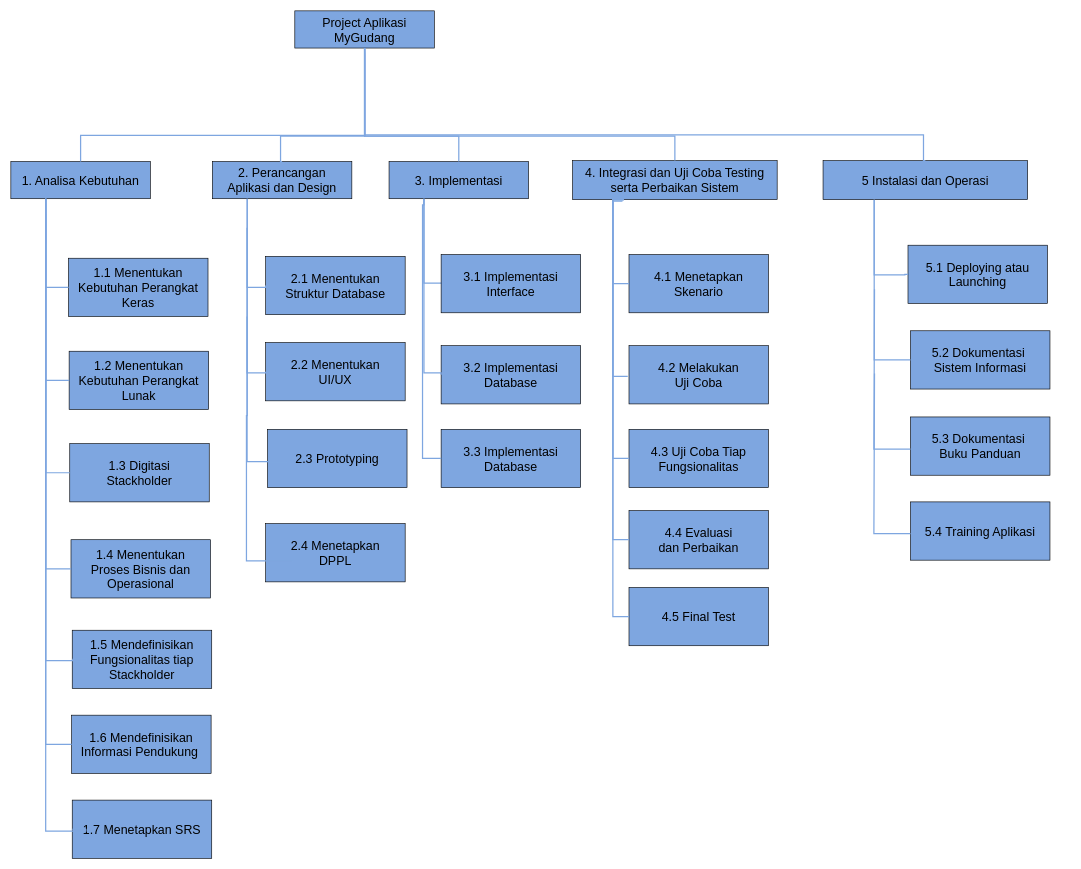
The draw.io diagram WBS.drawio in Kantrawibawa10/Draw-I-O, before the edit. Source tidied: cells renumbered, new cells numbered last; positions are measured from the earlier drawing's top-left corner, leaving out a move shared by most shapes. Both pictures are drawn from the tidied source at 62%, with x=0, y=0 at pixel (11, 11).
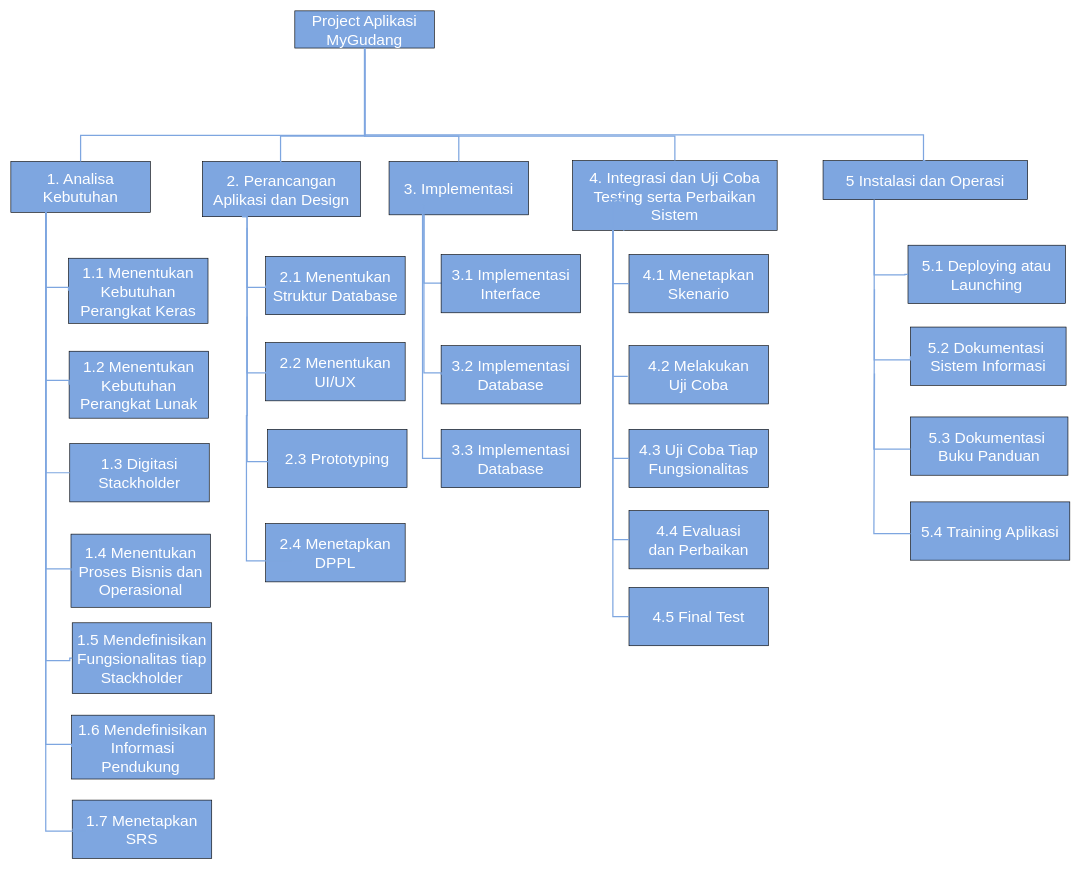
After the change.

What changed in the source:
```diff
@@
-    <mxCell id="2" value="&lt;font style=&quot;font-size: 20px;&quot;&gt;Project Aplikasi MyGudang&lt;/font&gt;" style="rounded=0;whiteSpace=wrap;html=1;fontSize=16;fillColor=#7EA6E0;" parent="1" vertex="1">
+    <mxCell id="2" value="&lt;font color=&quot;#ffffff&quot; style=&quot;font-size: 25px;&quot;&gt;Project Aplikasi MyGudang&lt;/font&gt;" style="rounded=0;whiteSpace=wrap;html=1;fontSize=16;fillColor=#7EA6E0;" parent="1" vertex="1">
       <mxGeometry x="458" width="225" height="60" as="geometry" />
     </mxCell>
-    <mxCell id="3" value="&lt;span style=&quot;font-size: 20px;&quot;&gt;1. Analisa Kebutuhan&lt;/span&gt;" style="rounded=0;whiteSpace=wrap;html=1;fontSize=16;fillColor=#7EA6E0;" parent="1" vertex="1">
-      <mxGeometry y="243" width="225" height="60" as="geometry" />
+    <mxCell id="3" value="&lt;font style=&quot;font-size: 25px;&quot; color=&quot;#ffffff&quot;&gt;1. Analisa Kebutuhan&lt;/font&gt;" style="rounded=0;whiteSpace=wrap;html=1;fontSize=16;fillColor=#7EA6E0;" parent="1" vertex="1">
+      <mxGeometry y="243" width="225" height="82" as="geometry" />
     </mxCell>
-    <mxCell id="4" value="&lt;span style=&quot;font-size: 20px;&quot;&gt;2. Perancangan &lt;br&gt;Aplikasi dan Design&lt;/span&gt;" style="rounded=0;whiteSpace=wrap;html=1;fontSize=16;fillColor=#7EA6E0;" parent="1" vertex="1">
-      <mxGeometry x="325" y="243" width="225" height="60" as="geometry" />
+    <mxCell id="4" value="&lt;span style=&quot;font-size: 25px;&quot;&gt;&lt;font style=&quot;font-size: 25px;&quot; color=&quot;#ffffff&quot;&gt;2. Perancangan &lt;br&gt;Aplikasi dan Design&lt;/font&gt;&lt;/span&gt;" style="rounded=0;whiteSpace=wrap;html=1;fontSize=16;fillColor=#7EA6E0;" parent="1" vertex="1">
+      <mxGeometry x="309" y="243" width="255" height="89" as="geometry" />
     </mxCell>
-    <mxCell id="5" value="&lt;span style=&quot;font-size: 20px;&quot;&gt;3. Implementasi&lt;/span&gt;" style="rounded=0;whiteSpace=wrap;html=1;fontSize=16;fillColor=#7EA6E0;" parent="1" vertex="1">
-      <mxGeometry x="610" y="243" width="225" height="60" as="geometry" />
+    <mxCell id="5" value="&lt;font style=&quot;font-size: 25px;&quot; color=&quot;#ffffff&quot;&gt;3. Implementasi&lt;/font&gt;" style="rounded=0;whiteSpace=wrap;html=1;fontSize=16;fillColor=#7EA6E0;" parent="1" vertex="1">
+      <mxGeometry x="610" y="243" width="225" height="86" as="geometry" />
     </mxCell>
-    <mxCell id="6" value="&lt;span style=&quot;font-size: 20px;&quot;&gt;4. Integrasi dan Uji Coba Testing serta Perbaikan Sistem&lt;/span&gt;" style="rounded=0;whiteSpace=wrap;html=1;fontSize=16;fillColor=#7EA6E0;" parent="1" vertex="1">
-      <mxGeometry x="906" y="241.5" width="330" height="63" as="geometry" />
+    <mxCell id="6" value="&lt;font style=&quot;font-size: 25px;&quot; color=&quot;#ffffff&quot;&gt;4. Integrasi dan Uji Coba Testing serta Perbaikan Sistem&lt;/font&gt;" style="rounded=0;whiteSpace=wrap;html=1;fontSize=16;fillColor=#7EA6E0;" parent="1" vertex="1">
+      <mxGeometry x="906" y="241.5" width="330" height="112.5" as="geometry" />
     </mxCell>
@@
-    <mxCell id="11" value="&lt;span style=&quot;font-size: 20px;&quot;&gt;1.1 Menentukan Kebutuhan Perangkat Keras&lt;/span&gt;" style="rounded=0;whiteSpace=wrap;html=1;fontSize=16;fillColor=#7EA6E0;" parent="1" vertex="1">
-      <mxGeometry x="93" y="399" width="225" height="94" as="geometry" />
+    <mxCell id="11" value="&lt;font style=&quot;font-size: 25px;&quot; color=&quot;#ffffff&quot;&gt;1.1 Menentukan Kebutuhan Perangkat Keras&lt;/font&gt;" style="rounded=0;whiteSpace=wrap;html=1;fontSize=16;fillColor=#7EA6E0;" parent="1" vertex="1">
+      <mxGeometry x="93" y="399" width="225" height="105" as="geometry" />
     </mxCell>
-    <mxCell id="12" value="&lt;span style=&quot;font-size: 20px;&quot;&gt;1.2 Menentukan Kebutuhan Perangkat Lunak&lt;/span&gt;" style="rounded=0;whiteSpace=wrap;html=1;fontSize=16;fillColor=#7EA6E0;" parent="1" vertex="1">
-      <mxGeometry x="94" y="549" width="225" height="94" as="geometry" />
+    <mxCell id="12" value="&lt;font style=&quot;font-size: 25px;&quot; color=&quot;#ffffff&quot;&gt;1.2 Menentukan Kebutuhan Perangkat Lunak&lt;/font&gt;" style="rounded=0;whiteSpace=wrap;html=1;fontSize=16;fillColor=#7EA6E0;" parent="1" vertex="1">
+      <mxGeometry x="94" y="549" width="225" height="108" as="geometry" />
     </mxCell>
-    <mxCell id="13" value="&lt;span style=&quot;font-size: 20px;&quot;&gt;1.3 Digitasi &lt;br&gt;Stackholder&lt;/span&gt;" style="rounded=0;whiteSpace=wrap;html=1;fontSize=16;fillColor=#7EA6E0;" parent="1" vertex="1">
+    <mxCell id="13" value="&lt;span style=&quot;font-size: 25px;&quot;&gt;&lt;font style=&quot;font-size: 25px;&quot; color=&quot;#ffffff&quot;&gt;1.3 Digitasi &lt;br&gt;Stackholder&lt;/font&gt;&lt;/span&gt;" style="rounded=0;whiteSpace=wrap;html=1;fontSize=16;fillColor=#7EA6E0;" parent="1" vertex="1">
       <mxGeometry x="95" y="698" width="225" height="94" as="geometry" />
     </mxCell>
-    <mxCell id="14" value="&lt;span style=&quot;font-size: 20px;&quot;&gt;1.4 Menentukan &lt;br&gt;Proses Bisnis dan Operasional&lt;/span&gt;" style="rounded=0;whiteSpace=wrap;html=1;fontSize=16;fillColor=#7EA6E0;" parent="1" vertex="1">
-      <mxGeometry x="97" y="853" width="225" height="94" as="geometry" />
+    <mxCell id="14" value="&lt;span style=&quot;font-size: 25px;&quot;&gt;&lt;font style=&quot;font-size: 25px;&quot; color=&quot;#ffffff&quot;&gt;1.4 Menentukan &lt;br&gt;Proses Bisnis dan Operasional&lt;/font&gt;&lt;/span&gt;" style="rounded=0;whiteSpace=wrap;html=1;fontSize=16;fillColor=#7EA6E0;" parent="1" vertex="1">
+      <mxGeometry x="97" y="844" width="225" height="118" as="geometry" />
     </mxCell>
@@
-    <mxCell id="18" value="&lt;span style=&quot;font-size: 20px;&quot;&gt;1.5 Mendefinisikan Fungsionalitas tiap Stackholder&lt;/span&gt;" style="rounded=0;whiteSpace=wrap;html=1;fontSize=16;fillColor=#7EA6E0;" parent="1" vertex="1">
-      <mxGeometry x="99" y="999" width="225" height="94" as="geometry" />
+    <mxCell id="18" value="&lt;font style=&quot;font-size: 25px;&quot; color=&quot;#ffffff&quot;&gt;1.5 Mendefinisikan Fungsionalitas tiap Stackholder&lt;/font&gt;" style="rounded=0;whiteSpace=wrap;html=1;fontSize=16;fillColor=#7EA6E0;" parent="1" vertex="1">
+      <mxGeometry x="99" y="987" width="225" height="114" as="geometry" />
     </mxCell>
-    <mxCell id="19" value="&lt;span style=&quot;font-size: 20px;&quot;&gt;1.6 Mendefinisikan Informasi Pendukung&amp;nbsp;&lt;/span&gt;" style="rounded=0;whiteSpace=wrap;html=1;fontSize=16;fillColor=#7EA6E0;" parent="1" vertex="1">
-      <mxGeometry x="98" y="1136" width="225" height="94" as="geometry" />
+    <mxCell id="19" value="&lt;font style=&quot;font-size: 25px;&quot; color=&quot;#ffffff&quot;&gt;1.6 Mendefinisikan Informasi Pendukung&amp;nbsp;&lt;/font&gt;" style="rounded=0;whiteSpace=wrap;html=1;fontSize=16;fillColor=#7EA6E0;" parent="1" vertex="1">
+      <mxGeometry x="98" y="1136" width="230" height="103" as="geometry" />
     </mxCell>
-    <mxCell id="20" value="&lt;span style=&quot;font-size: 20px;&quot;&gt;1.7 Menetapkan SRS&lt;/span&gt;" style="rounded=0;whiteSpace=wrap;html=1;fontSize=16;fillColor=#7EA6E0;" parent="1" vertex="1">
+    <mxCell id="20" value="&lt;font style=&quot;font-size: 25px;&quot; color=&quot;#ffffff&quot;&gt;1.7 Menetapkan SRS&lt;/font&gt;" style="rounded=0;whiteSpace=wrap;html=1;fontSize=16;fillColor=#7EA6E0;" parent="1" vertex="1">
       <mxGeometry x="99" y="1273" width="225" height="94" as="geometry" />
     </mxCell>
@@
     <mxCell id="22" style="edgeStyle=segmentEdgeStyle;endArrow=none;html=1;curved=0;rounded=0;endSize=8;startSize=8;fontSize=12;exitX=0;exitY=0.5;exitDx=0;exitDy=0;strokeColor=#7EA6E0;strokeWidth=2;endFill=0;entryX=0.25;entryY=1;entryDx=0;entryDy=0;" parent="1" edge="1" source="18" target="3">
       <mxGeometry relative="1" as="geometry">
         <Array as="points">
-          <mxPoint x="121" y="1048" />
+          <mxPoint x="95" y="1044" />
+          <mxPoint x="95" y="1048" />
           <mxPoint x="56" y="1048" />
         </Array>
       </mxGeometry>
     </mxCell>
@@
-    <mxCell id="25" value="&lt;span style=&quot;font-size: 20px;&quot;&gt;2.1 Menentukan &lt;br&gt;Struktur Database&lt;/span&gt;" style="rounded=0;whiteSpace=wrap;html=1;fontSize=16;fillColor=#7EA6E0;" parent="1" vertex="1">
+    <mxCell id="25" value="&lt;span style=&quot;font-size: 25px;&quot;&gt;&lt;font style=&quot;font-size: 25px;&quot; color=&quot;#ffffff&quot;&gt;2.1 Menentukan &lt;br&gt;Struktur Database&lt;/font&gt;&lt;/span&gt;" style="rounded=0;whiteSpace=wrap;html=1;fontSize=16;fillColor=#7EA6E0;" parent="1" vertex="1">
       <mxGeometry x="411" y="396" width="225" height="94" as="geometry" />
     </mxCell>
@@
-    <mxCell id="27" value="&lt;span style=&quot;font-size: 20px;&quot;&gt;2.2 Menentukan &lt;br&gt;UI/UX&lt;br&gt;&lt;/span&gt;" style="rounded=0;whiteSpace=wrap;html=1;fontSize=16;fillColor=#7EA6E0;" parent="1" vertex="1">
+    <mxCell id="27" value="&lt;span style=&quot;font-size: 25px;&quot;&gt;&lt;font style=&quot;font-size: 25px;&quot; color=&quot;#ffffff&quot;&gt;2.2 Menentukan &lt;br&gt;UI/UX&lt;/font&gt;&lt;br&gt;&lt;/span&gt;" style="rounded=0;whiteSpace=wrap;html=1;fontSize=16;fillColor=#7EA6E0;" parent="1" vertex="1">
       <mxGeometry x="411" y="535" width="225" height="94" as="geometry" />
     </mxCell>
-    <mxCell id="28" value="&lt;span style=&quot;font-size: 20px;&quot;&gt;2.3 Prototyping&lt;br&gt;&lt;/span&gt;" style="rounded=0;whiteSpace=wrap;html=1;fontSize=16;fillColor=#7EA6E0;" parent="1" vertex="1">
+    <mxCell id="28" value="&lt;font style=&quot;font-size: 25px;&quot; color=&quot;#ffffff&quot;&gt;2.3 Prototyping&lt;/font&gt;" style="rounded=0;whiteSpace=wrap;html=1;fontSize=16;fillColor=#7EA6E0;" parent="1" vertex="1">
       <mxGeometry x="414" y="675" width="225" height="94" as="geometry" />
     </mxCell>
@@
-    <mxCell id="31" value="&lt;span style=&quot;font-size: 20px;&quot;&gt;2.4 Menetapkan&lt;br&gt;DPPL&lt;br&gt;&lt;/span&gt;" style="rounded=0;whiteSpace=wrap;html=1;fontSize=16;fillColor=#7EA6E0;" parent="1" vertex="1">
+    <mxCell id="31" value="&lt;span style=&quot;font-size: 25px;&quot;&gt;&lt;font style=&quot;font-size: 25px;&quot; color=&quot;#ffffff&quot;&gt;2.4 Menetapkan&lt;br&gt;DPPL&lt;/font&gt;&lt;br&gt;&lt;/span&gt;" style="rounded=0;whiteSpace=wrap;html=1;fontSize=16;fillColor=#7EA6E0;" parent="1" vertex="1">
       <mxGeometry x="411" y="827" width="225" height="94" as="geometry" />
     </mxCell>
@@
-    <mxCell id="33" value="&lt;span style=&quot;font-size: 20px;&quot;&gt;3.1 Implementasi&lt;br&gt;Interface&lt;br&gt;&lt;/span&gt;" style="rounded=0;whiteSpace=wrap;html=1;fontSize=16;fillColor=#7EA6E0;" parent="1" vertex="1">
+    <mxCell id="33" value="&lt;span style=&quot;font-size: 25px;&quot;&gt;&lt;font style=&quot;font-size: 25px;&quot; color=&quot;#ffffff&quot;&gt;3.1 Implementasi&lt;br&gt;Interface&lt;/font&gt;&lt;br&gt;&lt;/span&gt;" style="rounded=0;whiteSpace=wrap;html=1;fontSize=16;fillColor=#7EA6E0;" parent="1" vertex="1">
       <mxGeometry x="694" y="393" width="225" height="94" as="geometry" />
     </mxCell>
@@
-    <mxCell id="35" value="&lt;span style=&quot;font-size: 20px;&quot;&gt;3.2 Implementasi Database&lt;/span&gt;" style="rounded=0;whiteSpace=wrap;html=1;fontSize=16;fillColor=#7EA6E0;" parent="1" vertex="1">
+    <mxCell id="35" value="&lt;font style=&quot;font-size: 25px;&quot; color=&quot;#ffffff&quot;&gt;3.2 Implementasi Database&lt;/font&gt;" style="rounded=0;whiteSpace=wrap;html=1;fontSize=16;fillColor=#7EA6E0;" parent="1" vertex="1">
       <mxGeometry x="694" y="540" width="225" height="94" as="geometry" />
     </mxCell>
@@
-    <mxCell id="37" value="&lt;span style=&quot;font-size: 20px;&quot;&gt;3.3 Implementasi Database&lt;/span&gt;" style="rounded=0;whiteSpace=wrap;html=1;fontSize=16;fillColor=#7EA6E0;" parent="1" vertex="1">
+    <mxCell id="37" value="&lt;font style=&quot;font-size: 25px;&quot; color=&quot;#ffffff&quot;&gt;3.3 Implementasi Database&lt;/font&gt;" style="rounded=0;whiteSpace=wrap;html=1;fontSize=16;fillColor=#7EA6E0;" parent="1" vertex="1">
       <mxGeometry x="694" y="675" width="225" height="94" as="geometry" />
     </mxCell>
@@
-    <mxCell id="39" value="&lt;span style=&quot;font-size: 20px;&quot;&gt;4.1 Menetapkan &lt;br&gt;Skenario&lt;br&gt;&lt;/span&gt;" style="rounded=0;whiteSpace=wrap;html=1;fontSize=16;fillColor=#7EA6E0;" parent="1" vertex="1">
+    <mxCell id="39" value="&lt;span style=&quot;font-size: 25px;&quot;&gt;&lt;font style=&quot;font-size: 25px;&quot; color=&quot;#ffffff&quot;&gt;4.1 Menetapkan &lt;br&gt;Skenario&lt;/font&gt;&lt;br&gt;&lt;/span&gt;" style="rounded=0;whiteSpace=wrap;html=1;fontSize=16;fillColor=#7EA6E0;" parent="1" vertex="1">
       <mxGeometry x="997" y="393" width="225" height="94" as="geometry" />
     </mxCell>
-    <mxCell id="40" value="&lt;span style=&quot;font-size: 20px;&quot;&gt;4.2 Melakukan &lt;br&gt;Uji Coba&lt;br&gt;&lt;/span&gt;" style="rounded=0;whiteSpace=wrap;html=1;fontSize=16;fillColor=#7EA6E0;" parent="1" vertex="1">
+    <mxCell id="40" value="&lt;span style=&quot;font-size: 25px;&quot;&gt;&lt;font style=&quot;font-size: 25px;&quot; color=&quot;#ffffff&quot;&gt;4.2 Melakukan &lt;br&gt;Uji Coba&lt;/font&gt;&lt;br&gt;&lt;/span&gt;" style="rounded=0;whiteSpace=wrap;html=1;fontSize=16;fillColor=#7EA6E0;" parent="1" vertex="1">
       <mxGeometry x="997" y="540" width="225" height="94" as="geometry" />
     </mxCell>
-    <mxCell id="41" value="&lt;span style=&quot;font-size: 20px;&quot;&gt;4.3 Uji Coba Tiap&lt;br&gt;Fungsionalitas&lt;br&gt;&lt;/span&gt;" style="rounded=0;whiteSpace=wrap;html=1;fontSize=16;fillColor=#7EA6E0;" parent="1" vertex="1">
+    <mxCell id="41" value="&lt;span style=&quot;font-size: 25px;&quot;&gt;&lt;font style=&quot;font-size: 25px;&quot; color=&quot;#ffffff&quot;&gt;4.3 Uji Coba Tiap&lt;br&gt;Fungsionalitas&lt;/font&gt;&lt;br&gt;&lt;/span&gt;" style="rounded=0;whiteSpace=wrap;html=1;fontSize=16;fillColor=#7EA6E0;" parent="1" vertex="1">
       <mxGeometry x="997" y="675" width="225" height="94" as="geometry" />
     </mxCell>
-    <mxCell id="42" value="&lt;span style=&quot;font-size: 20px;&quot;&gt;4.4 Evaluasi&lt;br&gt;dan Perbaikan&lt;br&gt;&lt;/span&gt;" style="rounded=0;whiteSpace=wrap;html=1;fontSize=16;fillColor=#7EA6E0;" parent="1" vertex="1">
+    <mxCell id="42" value="&lt;span style=&quot;font-size: 25px;&quot;&gt;&lt;font style=&quot;font-size: 25px;&quot; color=&quot;#ffffff&quot;&gt;4.4 Evaluasi&lt;br&gt;dan Perbaikan&lt;/font&gt;&lt;br&gt;&lt;/span&gt;" style="rounded=0;whiteSpace=wrap;html=1;fontSize=16;fillColor=#7EA6E0;" parent="1" vertex="1">
       <mxGeometry x="997" y="806" width="225" height="94" as="geometry" />
     </mxCell>
-    <mxCell id="43" value="&lt;span style=&quot;font-size: 20px;&quot;&gt;4.5 Final Test&lt;br&gt;&lt;/span&gt;" style="rounded=0;whiteSpace=wrap;html=1;fontSize=16;fillColor=#7EA6E0;" parent="1" vertex="1">
+    <mxCell id="43" value="&lt;font style=&quot;font-size: 25px;&quot; color=&quot;#ffffff&quot;&gt;4.5 Final Test&lt;/font&gt;" style="rounded=0;whiteSpace=wrap;html=1;fontSize=16;fillColor=#7EA6E0;" parent="1" vertex="1">
       <mxGeometry x="997" y="930" width="225" height="94" as="geometry" />
     </mxCell>
@@
-    <mxCell id="49" value="&lt;span style=&quot;font-size: 20px;&quot;&gt;5 Instalasi dan Operasi&lt;/span&gt;" style="rounded=0;whiteSpace=wrap;html=1;fontSize=16;fillColor=#7EA6E0;" parent="1" vertex="1">
+    <mxCell id="49" value="&lt;font style=&quot;font-size: 25px;&quot; color=&quot;#ffffff&quot;&gt;5 Instalasi dan Operasi&lt;/font&gt;" style="rounded=0;whiteSpace=wrap;html=1;fontSize=16;fillColor=#7EA6E0;" parent="1" vertex="1">
       <mxGeometry x="1310" y="241.5" width="330" height="63" as="geometry" />
     </mxCell>
@@
-    <mxCell id="51" value="&lt;span style=&quot;font-size: 20px;&quot;&gt;5.1 Deploying atau Launching&lt;br&gt;&lt;/span&gt;" style="rounded=0;whiteSpace=wrap;html=1;fontSize=16;fillColor=#7EA6E0;" parent="1" vertex="1">
-      <mxGeometry x="1447" y="378" width="225" height="94" as="geometry" />
+    <mxCell id="51" value="&lt;font style=&quot;font-size: 25px;&quot; color=&quot;#ffffff&quot;&gt;5.1 Deploying atau Launching&lt;/font&gt;" style="rounded=0;whiteSpace=wrap;html=1;fontSize=16;fillColor=#7EA6E0;" parent="1" vertex="1">
+      <mxGeometry x="1447" y="378" width="254" height="94" as="geometry" />
     </mxCell>
-    <mxCell id="52" value="&lt;span style=&quot;font-size: 20px;&quot;&gt;5.2 Dokumentasi&amp;nbsp;&lt;br&gt;Sistem Informasi&lt;br&gt;&lt;/span&gt;" style="rounded=0;whiteSpace=wrap;html=1;fontSize=16;fillColor=#7EA6E0;" parent="1" vertex="1">
-      <mxGeometry x="1451" y="516" width="225" height="94" as="geometry" />
+    <mxCell id="52" value="&lt;span style=&quot;font-size: 25px;&quot;&gt;&lt;font style=&quot;font-size: 25px;&quot; color=&quot;#ffffff&quot;&gt;5.2 Dokumentasi&amp;nbsp;&lt;br&gt;Sistem Informasi&lt;/font&gt;&lt;br&gt;&lt;/span&gt;" style="rounded=0;whiteSpace=wrap;html=1;fontSize=16;fillColor=#7EA6E0;" parent="1" vertex="1">
+      <mxGeometry x="1451" y="510" width="251" height="94" as="geometry" />
     </mxCell>
@@
-    <mxCell id="54" value="&lt;span style=&quot;font-size: 20px;&quot;&gt;5.3 Dokumentasi&amp;nbsp;&lt;br&gt;Buku Panduan&lt;br&gt;&lt;/span&gt;" style="rounded=0;whiteSpace=wrap;html=1;fontSize=16;fillColor=#7EA6E0;" parent="1" vertex="1">
-      <mxGeometry x="1451" y="655" width="225" height="94" as="geometry" />
+    <mxCell id="54" value="&lt;span style=&quot;font-size: 25px;&quot;&gt;&lt;font style=&quot;font-size: 25px;&quot; color=&quot;#ffffff&quot;&gt;5.3 Dokumentasi&amp;nbsp;&lt;br&gt;Buku Panduan&lt;/font&gt;&lt;br&gt;&lt;/span&gt;" style="rounded=0;whiteSpace=wrap;html=1;fontSize=16;fillColor=#7EA6E0;" parent="1" vertex="1">
+      <mxGeometry x="1451" y="655" width="254" height="94" as="geometry" />
     </mxCell>
-    <mxCell id="55" value="&lt;span style=&quot;font-size: 20px;&quot;&gt;5.4 Training Aplikasi&lt;br&gt;&lt;/span&gt;" style="rounded=0;whiteSpace=wrap;html=1;fontSize=16;fillColor=#7EA6E0;" parent="1" vertex="1">
-      <mxGeometry x="1451" y="792" width="225" height="94" as="geometry" />
+    <mxCell id="55" value="&lt;font style=&quot;font-size: 25px;&quot; color=&quot;#ffffff&quot;&gt;5.4 Training Aplikasi&lt;/font&gt;" style="rounded=0;whiteSpace=wrap;html=1;fontSize=16;fillColor=#7EA6E0;" parent="1" vertex="1">
+      <mxGeometry x="1451" y="792" width="257" height="94" as="geometry" />
     </mxCell>
```
